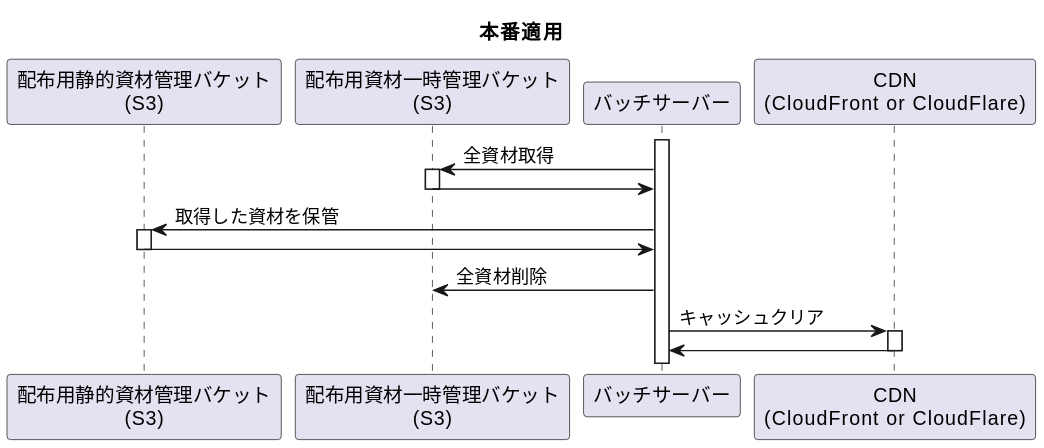
Sonic-Host/documents keeps this PlantUML diagram as 01_Sequences/02_BlogCreate/02_BlogCreate_Flow/productionApplyFlow.svg. Above is the earlier version. The source it was exported from:
```plantuml
@startuml
title 本番適用


participant "配布用静的資材管理バケット\n(S3)" as static
participant "配布用資材一時管理バケット\n(S3)" as tmp
participant "バッチサーバー" as batch
participant "CDN\n(CloudFront or CloudFlare)" as cdn

activate batch
batch -> tmp ++ : 全資材取得
batch <- tmp --
batch -> static ++ : 取得した資材を保管
batch <- static --
batch -> tmp : 全資材削除
batch -> cdn ++ : キャッシュクリア
batch <- cdn --
@enduml
```
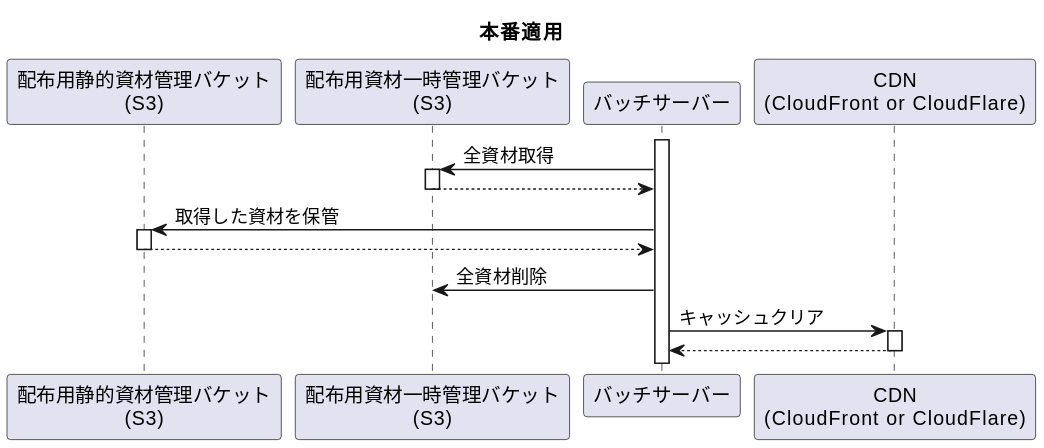
The same file after the commit.

What changed in the source:
```diff
@@ -9,10 +9,10 @@
 
 activate batch
 batch -> tmp ++ : 全資材取得
-batch <- tmp --
+batch <-- tmp --
 batch -> static ++ : 取得した資材を保管
-batch <- static --
+batch <-- static --
 batch -> tmp : 全資材削除
 batch -> cdn ++ : キャッシュクリア
-batch <- cdn --
+batch <-- cdn --
 @enduml
```
